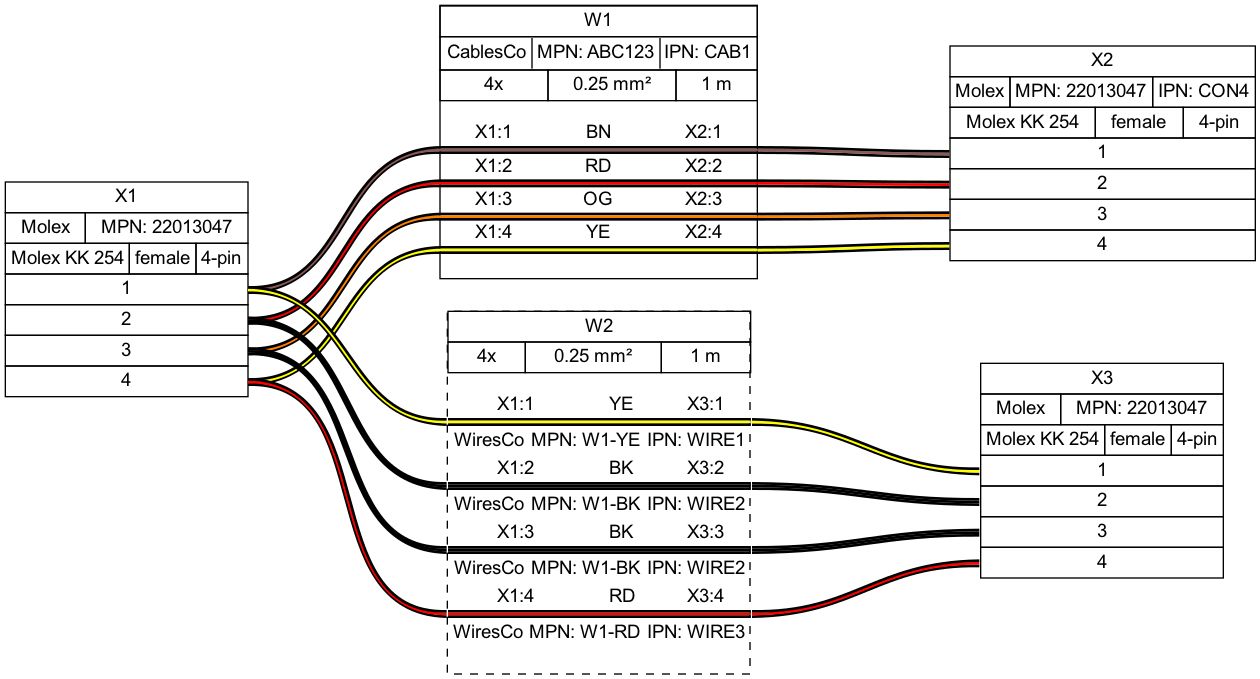
Above: tutorial/tutorial08.png in wireviz/WireViz (Graphviz), before the change. Its source is kept beside it as tutorial/tutorial08.gv.
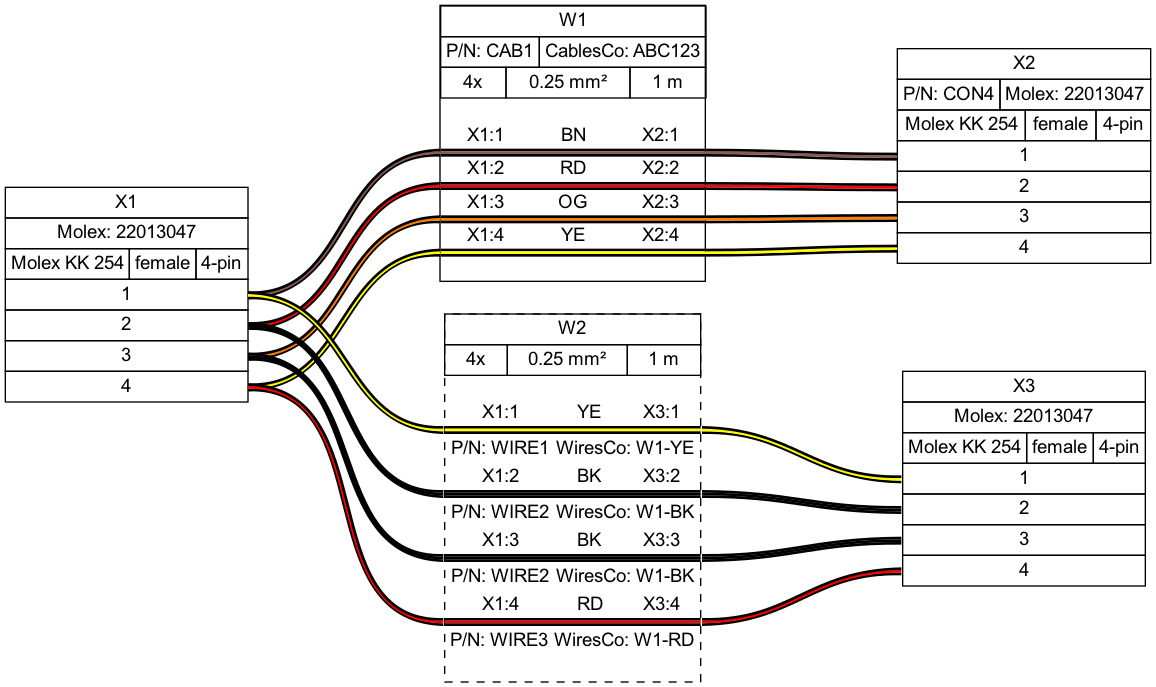
The same diagram one commit later.

Change to the diagram source:
```diff
@@ -2,9 +2,118 @@
 	graph [bgcolor=white fontname=arial nodesep=0.33 rankdir=LR ranksep=2]
 	node [fillcolor=white fontname=arial shape=record style=filled]
 	edge [fontname=arial style=bold]
-	X1 [label=<<table border="0" cellspacing="0" cellpadding="0"><tr><td><table border="0" cellspacing="0" cellpadding="3" cellborder="1"><tr><td balign="left">X1</td></tr></table></td></tr><tr><td><table border="0" cellspacing="0" cellpadding="3" cellborder="1"><tr><td balign="left">Molex</td><td balign="left">MPN: 22013047</td></tr></table></td></tr><tr><td><table border="0" cellspacing="0" cellpadding="3" cellborder="1"><tr><td balign="left">Molex KK 254</td><td balign="left">female</td><td balign="left">4-pin</td></tr></table></td></tr><tr><td><table border="0" cellspacing="0" cellpadding="3" cellborder="1"><tr><td port="p1r">1</td></tr><tr><td port="p2r">2</td></tr><tr><td port="p3r">3</td></tr><tr><td port="p4r">4</td></tr></table></td></tr></table>> fillcolor=white margin=0 shape=none style=filled]
-	X2 [label=<<table border="0" cellspacing="0" cellpadding="0"><tr><td><table border="0" cellspacing="0" cellpadding="3" cellborder="1"><tr><td balign="left">X2</td></tr></table></td></tr><tr><td><table border="0" cellspacing="0" cellpadding="3" cellborder="1"><tr><td balign="left">Molex</td><td balign="left">MPN: 22013047</td><td balign="left">IPN: CON4</td></tr></table></td></tr><tr><td><table border="0" cellspacing="0" cellpadding="3" cellborder="1"><tr><td balign="left">Molex KK 254</td><td balign="left">female</td><td balign="left">4-pin</td></tr></table></td></tr><tr><td><table border="0" cellspacing="0" cellpadding="3" cellborder="1"><tr><td port="p1l">1</td></tr><tr><td port="p2l">2</td></tr><tr><td port="p3l">3</td></tr><tr><td port="p4l">4</td></tr></table></td></tr></table>> fillcolor=white margin=0 shape=none style=filled]
-	X3 [label=<<table border="0" cellspacing="0" cellpadding="0"><tr><td><table border="0" cellspacing="0" cellpadding="3" cellborder="1"><tr><td balign="left">X3</td></tr></table></td></tr><tr><td><table border="0" cellspacing="0" cellpadding="3" cellborder="1"><tr><td balign="left">Molex</td><td balign="left">MPN: 22013047</td></tr></table></td></tr><tr><td><table border="0" cellspacing="0" cellpadding="3" cellborder="1"><tr><td balign="left">Molex KK 254</td><td balign="left">female</td><td balign="left">4-pin</td></tr></table></td></tr><tr><td><table border="0" cellspacing="0" cellpadding="3" cellborder="1"><tr><td port="p1l">1</td></tr><tr><td port="p2l">2</td></tr><tr><td port="p3l">3</td></tr><tr><td port="p4l">4</td></tr></table></td></tr></table>> fillcolor=white margin=0 shape=none style=filled]
+	X1 [label=<
+<table border="0" cellspacing="0" cellpadding="0">
+ <tr><td>
+  <table border="0" cellspacing="0" cellpadding="3" cellborder="1"><tr>
+   <td balign="left">X1</td>
+  </tr></table>
+ </td></tr>
+ <tr><td>
+  <table border="0" cellspacing="0" cellpadding="3" cellborder="1"><tr>
+   <td balign="left">Molex: 22013047</td>
+  </tr></table>
+ </td></tr>
+ <tr><td>
+  <table border="0" cellspacing="0" cellpadding="3" cellborder="1"><tr>
+   <td balign="left">Molex KK 254</td>
+   <td balign="left">female</td>
+   <td balign="left">4-pin</td>
+  </tr></table>
+ </td></tr>
+ <tr><td>
+  <table border="0" cellspacing="0" cellpadding="3" cellborder="1">
+   <tr>
+    <td port="p1r">1</td>
+   </tr>
+   <tr>
+    <td port="p2r">2</td>
+   </tr>
+   <tr>
+    <td port="p3r">3</td>
+   </tr>
+   <tr>
+    <td port="p4r">4</td>
+   </tr>
+  </table>
+ </td></tr>
+</table>
+> fillcolor=white margin=0 shape=none style=filled]
+	X2 [label=<
+<table border="0" cellspacing="0" cellpadding="0">
+ <tr><td>
+  <table border="0" cellspacing="0" cellpadding="3" cellborder="1"><tr>
+   <td balign="left">X2</td>
+  </tr></table>
+ </td></tr>
+ <tr><td>
+  <table border="0" cellspacing="0" cellpadding="3" cellborder="1"><tr>
+   <td balign="left">P/N: CON4</td>
+   <td balign="left">Molex: 22013047</td>
+  </tr></table>
+ </td></tr>
+ <tr><td>
+  <table border="0" cellspacing="0" cellpadding="3" cellborder="1"><tr>
+   <td balign="left">Molex KK 254</td>
+   <td balign="left">female</td>
+   <td balign="left">4-pin</td>
+  </tr></table>
+ </td></tr>
+ <tr><td>
+  <table border="0" cellspacing="0" cellpadding="3" cellborder="1">
+   <tr>
+    <td port="p1l">1</td>
+   </tr>
+   <tr>
+    <td port="p2l">2</td>
+   </tr>
+   <tr>
+    <td port="p3l">3</td>
+   </tr>
+   <tr>
+    <td port="p4l">4</td>
+   </tr>
+  </table>
+ </td></tr>
+</table>
+> fillcolor=white margin=0 shape=none style=filled]
+	X3 [label=<
+<table border="0" cellspacing="0" cellpadding="0">
+ <tr><td>
+  <table border="0" cellspacing="0" cellpadding="3" cellborder="1"><tr>
+   <td balign="left">X3</td>
+  </tr></table>
+ </td></tr>
+ <tr><td>
+  <table border="0" cellspacing="0" cellpadding="3" cellborder="1"><tr>
+   <td balign="left">Molex: 22013047</td>
+  </tr></table>
+ </td></tr>
+ <tr><td>
+  <table border="0" cellspacing="0" cellpadding="3" cellborder="1"><tr>
+   <td balign="left">Molex KK 254</td>
+   <td balign="left">female</td>
+   <td balign="left">4-pin</td>
+  </tr></table>
+ </td></tr>
+ <tr><td>
+  <table border="0" cellspacing="0" cellpadding="3" cellborder="1">
+   <tr>
+    <td port="p1l">1</td>
+   </tr>
+   <tr>
+    <td port="p2l">2</td>
+   </tr>
+   <tr>
+    <td port="p3l">3</td>
+   </tr>
+   <tr>
+    <td port="p4l">4</td>
+   </tr>
+  </table>
+ </td></tr>
+</table>
+> fillcolor=white margin=0 shape=none style=filled]
 	edge [color="#000000:#895956:#000000"]
 	X1:p1r:e -- W1:w1:w
 	W1:w1:e -- X2:p1l:w
@@ -17,7 +126,90 @@
 	edge [color="#000000:#ffff00:#000000"]
 	X1:p4r:e -- W1:w4:w
 	W1:w4:e -- X2:p4l:w
-	W1 [label=<<table border="0" cellspacing="0" cellpadding="0"><tr><td><table border="0" cellspacing="0" cellpadding="3" cellborder="1"><tr><td colspan="3">W1</td></tr><tr><td colspan="3" cellpadding="0"><table border="0" cellspacing="0" cellpadding="3" cellborder="1"><tr><td sides="R">CablesCo</td><td sides="R">MPN: ABC123</td><td border="0">IPN: CAB1</td></tr></table></td></tr><tr><td balign="left">4x</td><td balign="left">0.25 mm²</td><td balign="left">1 m</td></tr></table></td></tr><tr><td>&nbsp;</td></tr><tr><td><table border="0" cellspacing="0" cellborder="0"><tr><td>X1:1</td><td>BN</td><td>X2:1</td></tr><tr><td colspan="3" border="0" cellspacing="0" cellpadding="0" port="w1" height="6"><table cellspacing="0" cellborder="0" border = "0"><tr><td colspan="3" cellpadding="0" height="2" bgcolor="#000000" border="0"></td></tr><tr><td colspan="3" cellpadding="0" height="2" bgcolor="#895956" border="0"></td></tr><tr><td colspan="3" cellpadding="0" height="2" bgcolor="#000000" border="0"></td></tr></table></td></tr><tr><td>X1:2</td><td>RD</td><td>X2:2</td></tr><tr><td colspan="3" border="0" cellspacing="0" cellpadding="0" port="w2" height="6"><table cellspacing="0" cellborder="0" border = "0"><tr><td colspan="3" cellpadding="0" height="2" bgcolor="#000000" border="0"></td></tr><tr><td colspan="3" cellpadding="0" height="2" bgcolor="#ff0000" border="0"></td></tr><tr><td colspan="3" cellpadding="0" height="2" bgcolor="#000000" border="0"></td></tr></table></td></tr><tr><td>X1:3</td><td>OG</td><td>X2:3</td></tr><tr><td colspan="3" border="0" cellspacing="0" cellpadding="0" port="w3" height="6"><table cellspacing="0" cellborder="0" border = "0"><tr><td colspan="3" cellpadding="0" height="2" bgcolor="#000000" border="0"></td></tr><tr><td colspan="3" cellpadding="0" height="2" bgcolor="#ff8000" border="0"></td></tr><tr><td colspan="3" cellpadding="0" height="2" bgcolor="#000000" border="0"></td></tr></table></td></tr><tr><td>X1:4</td><td>YE</td><td>X2:4</td></tr><tr><td colspan="3" border="0" cellspacing="0" cellpadding="0" port="w4" height="6"><table cellspacing="0" cellborder="0" border = "0"><tr><td colspan="3" cellpadding="0" height="2" bgcolor="#000000" border="0"></td></tr><tr><td colspan="3" cellpadding="0" height="2" bgcolor="#ffff00" border="0"></td></tr><tr><td colspan="3" cellpadding="0" height="2" bgcolor="#000000" border="0"></td></tr></table></td></tr><tr><td>&nbsp;</td></tr></table></td></tr></table>> fillcolor=white margin=0 shape=box style=""]
+	W1 [label=<
+<table border="0" cellspacing="0" cellpadding="0">
+ <tr><td>
+  <table border="0" cellspacing="0" cellpadding="3" cellborder="1"><tr>
+   <td balign="left">W1</td>
+  </tr></table>
+ </td></tr>
+ <tr><td>
+  <table border="0" cellspacing="0" cellpadding="3" cellborder="1"><tr>
+   <td balign="left">P/N: CAB1</td>
+   <td balign="left">CablesCo: ABC123</td>
+  </tr></table>
+ </td></tr>
+ <tr><td>
+  <table border="0" cellspacing="0" cellpadding="3" cellborder="1"><tr>
+   <td balign="left">4x</td>
+   <td balign="left">0.25 mm²</td>
+   <td balign="left">1 m</td>
+  </tr></table>
+ </td></tr>
+ <tr><td>
+  <table border="0" cellspacing="0" cellborder="0">
+   <tr><td>&nbsp;</td></tr>
+   <tr>
+    <td>X1:1</td>
+    <td>BN</td>
+    <td>X2:1</td>
+   </tr>
+   <tr>
+    <td colspan="3" border="0" cellspacing="0" cellpadding="0" port="w1" height="6">
+     <table cellspacing="0" cellborder="0" border="0">
+      <tr><td colspan="3" cellpadding="0" height="2" bgcolor="#000000" border="0"></td></tr>
+      <tr><td colspan="3" cellpadding="0" height="2" bgcolor="#895956" border="0"></td></tr>
+      <tr><td colspan="3" cellpadding="0" height="2" bgcolor="#000000" border="0"></td></tr>
+     </table>
+    </td>
+   </tr>
+   <tr>
+    <td>X1:2</td>
+    <td>RD</td>
+    <td>X2:2</td>
+   </tr>
+   <tr>
+    <td colspan="3" border="0" cellspacing="0" cellpadding="0" port="w2" height="6">
+     <table cellspacing="0" cellborder="0" border="0">
+      <tr><td colspan="3" cellpadding="0" height="2" bgcolor="#000000" border="0"></td></tr>
+      <tr><td colspan="3" cellpadding="0" height="2" bgcolor="#ff0000" border="0"></td></tr>
+      <tr><td colspan="3" cellpadding="0" height="2" bgcolor="#000000" border="0"></td></tr>
+     </table>
+    </td>
+   </tr>
+   <tr>
+    <td>X1:3</td>
+    <td>OG</td>
+    <td>X2:3</td>
+   </tr>
+   <tr>
+    <td colspan="3" border="0" cellspacing="0" cellpadding="0" port="w3" height="6">
+     <table cellspacing="0" cellborder="0" border="0">
+      <tr><td colspan="3" cellpadding="0" height="2" bgcolor="#000000" border="0"></td></tr>
+      <tr><td colspan="3" cellpadding="0" height="2" bgcolor="#ff8000" border="0"></td></tr>
+      <tr><td colspan="3" cellpadding="0" height="2" bgcolor="#000000" border="0"></td></tr>
+     </table>
+    </td>
+   </tr>
+   <tr>
+    <td>X1:4</td>
+    <td>YE</td>
+    <td>X2:4</td>
+   </tr>
+   <tr>
+    <td colspan="3" border="0" cellspacing="0" cellpadding="0" port="w4" height="6">
+     <table cellspacing="0" cellborder="0" border="0">
+      <tr><td colspan="3" cellpadding="0" height="2" bgcolor="#000000" border="0"></td></tr>
+      <tr><td colspan="3" cellpadding="0" height="2" bgcolor="#ffff00" border="0"></td></tr>
+      <tr><td colspan="3" cellpadding="0" height="2" bgcolor="#000000" border="0"></td></tr>
+     </table>
+    </td>
+   </tr>
+   <tr><td>&nbsp;</td></tr>
+  </table>
+ </td></tr>
+</table>
+> fillcolor=white margin=0 shape=box style=""]
 	edge [color="#000000:#ffff00:#000000"]
 	X1:p1r:e -- W2:w1:w
 	W2:w1:e -- X3:p1l:w
@@ -30,5 +222,106 @@
 	edge [color="#000000:#ff0000:#000000"]
 	X1:p4r:e -- W2:w4:w
 	W2:w4:e -- X3:p4l:w
-	W2 [label=<<table border="0" cellspacing="0" cellpadding="0"><tr><td><table border="0" cellspacing="0" cellpadding="3" cellborder="1"><tr><td colspan="3">W2</td></tr><tr><td balign="left">4x</td><td balign="left">0.25 mm²</td><td balign="left">1 m</td></tr></table></td></tr><tr><td>&nbsp;</td></tr><tr><td><table border="0" cellspacing="0" cellborder="0"><tr><td>X1:1</td><td>YE</td><td>X3:1</td></tr><tr><td colspan="3" border="0" cellspacing="0" cellpadding="0" port="w1" height="6"><table cellspacing="0" cellborder="0" border = "0"><tr><td colspan="3" cellpadding="0" height="2" bgcolor="#000000" border="0"></td></tr><tr><td colspan="3" cellpadding="0" height="2" bgcolor="#ffff00" border="0"></td></tr><tr><td colspan="3" cellpadding="0" height="2" bgcolor="#000000" border="0"></td></tr></table></td></tr><tr><td colspan="3"><table border="0" cellspacing="0" cellborder="0"><tr><td>WiresCo</td><td>MPN: W1-YE</td><td>IPN: WIRE1</td></tr></table></td></tr><tr><td>X1:2</td><td>BK</td><td>X3:2</td></tr><tr><td colspan="3" border="0" cellspacing="0" cellpadding="0" port="w2" height="6"><table cellspacing="0" cellborder="0" border = "0"><tr><td colspan="3" cellpadding="0" height="2" bgcolor="#000000" border="0"></td></tr><tr><td colspan="3" cellpadding="0" height="2" bgcolor="#000000" border="0"></td></tr><tr><td colspan="3" cellpadding="0" height="2" bgcolor="#000000" border="0"></td></tr></table></td></tr><tr><td colspan="3"><table border="0" cellspacing="0" cellborder="0"><tr><td>WiresCo</td><td>MPN: W1-BK</td><td>IPN: WIRE2</td></tr></table></td></tr><tr><td>X1:3</td><td>BK</td><td>X3:3</td></tr><tr><td colspan="3" border="0" cellspacing="0" cellpadding="0" port="w3" height="6"><table cellspacing="0" cellborder="0" border = "0"><tr><td colspan="3" cellpadding="0" height="2" bgcolor="#000000" border="0"></td></tr><tr><td colspan="3" cellpadding="0" height="2" bgcolor="#000000" border="0"></td></tr><tr><td colspan="3" cellpadding="0" height="2" bgcolor="#000000" border="0"></td></tr></table></td></tr><tr><td colspan="3"><table border="0" cellspacing="0" cellborder="0"><tr><td>WiresCo</td><td>MPN: W1-BK</td><td>IPN: WIRE2</td></tr></table></td></tr><tr><td>X1:4</td><td>RD</td><td>X3:4</td></tr><tr><td colspan="3" border="0" cellspacing="0" cellpadding="0" port="w4" height="6"><table cellspacing="0" cellborder="0" border = "0"><tr><td colspan="3" cellpadding="0" height="2" bgcolor="#000000" border="0"></td></tr><tr><td colspan="3" cellpadding="0" height="2" bgcolor="#ff0000" border="0"></td></tr><tr><td colspan="3" cellpadding="0" height="2" bgcolor="#000000" border="0"></td></tr></table></td></tr><tr><td colspan="3"><table border="0" cellspacing="0" cellborder="0"><tr><td>WiresCo</td><td>MPN: W1-RD</td><td>IPN: WIRE3</td></tr></table></td></tr><tr><td>&nbsp;</td></tr></table></td></tr></table>> fillcolor=white margin=0 shape=box style="filled,dashed"]
+	W2 [label=<
+<table border="0" cellspacing="0" cellpadding="0">
+ <tr><td>
+  <table border="0" cellspacing="0" cellpadding="3" cellborder="1"><tr>
+   <td balign="left">W2</td>
+  </tr></table>
+ </td></tr>
+ <tr><td>
+  <table border="0" cellspacing="0" cellpadding="3" cellborder="1"><tr>
+   <td balign="left">4x</td>
+   <td balign="left">0.25 mm²</td>
+   <td balign="left">1 m</td>
+  </tr></table>
+ </td></tr>
+ <tr><td>
+  <table border="0" cellspacing="0" cellborder="0">
+   <tr><td>&nbsp;</td></tr>
+   <tr>
+    <td>X1:1</td>
+    <td>YE</td>
+    <td>X3:1</td>
+   </tr>
+   <tr>
+    <td colspan="3" border="0" cellspacing="0" cellpadding="0" port="w1" height="6">
+     <table cellspacing="0" cellborder="0" border="0">
+      <tr><td colspan="3" cellpadding="0" height="2" bgcolor="#000000" border="0"></td></tr>
+      <tr><td colspan="3" cellpadding="0" height="2" bgcolor="#ffff00" border="0"></td></tr>
+      <tr><td colspan="3" cellpadding="0" height="2" bgcolor="#000000" border="0"></td></tr>
+     </table>
+    </td>
+   </tr>
+   <tr><td colspan="3">
+    <table border="0" cellspacing="0" cellborder="0"><tr>
+     <td>P/N: WIRE1</td>
+     <td>WiresCo: W1-YE</td>
+    </tr></table>
+   </td></tr>
+   <tr>
+    <td>X1:2</td>
+    <td>BK</td>
+    <td>X3:2</td>
+   </tr>
+   <tr>
+    <td colspan="3" border="0" cellspacing="0" cellpadding="0" port="w2" height="6">
+     <table cellspacing="0" cellborder="0" border="0">
+      <tr><td colspan="3" cellpadding="0" height="2" bgcolor="#000000" border="0"></td></tr>
+      <tr><td colspan="3" cellpadding="0" height="2" bgcolor="#000000" border="0"></td></tr>
+      <tr><td colspan="3" cellpadding="0" height="2" bgcolor="#000000" border="0"></td></tr>
+     </table>
+    </td>
+   </tr>
+   <tr><td colspan="3">
+    <table border="0" cellspacing="0" cellborder="0"><tr>
+     <td>P/N: WIRE2</td>
+     <td>WiresCo: W1-BK</td>
+    </tr></table>
+   </td></tr>
+   <tr>
+    <td>X1:3</td>
+    <td>BK</td>
+    <td>X3:3</td>
+   </tr>
+   <tr>
+    <td colspan="3" border="0" cellspacing="0" cellpadding="0" port="w3" height="6">
+     <table cellspacing="0" cellborder="0" border="0">
+      <tr><td colspan="3" cellpadding="0" height="2" bgcolor="#000000" border="0"></td></tr>
+      <tr><td colspan="3" cellpadding="0" height="2" bgcolor="#000000" border="0"></td></tr>
+      <tr><td colspan="3" cellpadding="0" height="2" bgcolor="#000000" border="0"></td></tr>
+     </table>
+    </td>
+   </tr>
+   <tr><td colspan="3">
+    <table border="0" cellspacing="0" cellborder="0"><tr>
+     <td>P/N: WIRE2</td>
+     <td>WiresCo: W1-BK</td>
+    </tr></table>
+   </td></tr>
+   <tr>
+    <td>X1:4</td>
+    <td>RD</td>
+    <td>X3:4</td>
+   </tr>
+   <tr>
+    <td colspan="3" border="0" cellspacing="0" cellpadding="0" port="w4" height="6">
+     <table cellspacing="0" cellborder="0" border="0">
+      <tr><td colspan="3" cellpadding="0" height="2" bgcolor="#000000" border="0"></td></tr>
+      <tr><td colspan="3" cellpadding="0" height="2" bgcolor="#ff0000" border="0"></td></tr>
+      <tr><td colspan="3" cellpadding="0" height="2" bgcolor="#000000" border="0"></td></tr>
+     </table>
+    </td>
+   </tr>
+   <tr><td colspan="3">
+    <table border="0" cellspacing="0" cellborder="0"><tr>
+     <td>P/N: WIRE3</td>
+     <td>WiresCo: W1-RD</td>
+    </tr></table>
+   </td></tr>
+   <tr><td>&nbsp;</td></tr>
+  </table>
+ </td></tr>
+</table>
+> fillcolor=white margin=0 shape=box style="filled,dashed"]
 }
```
